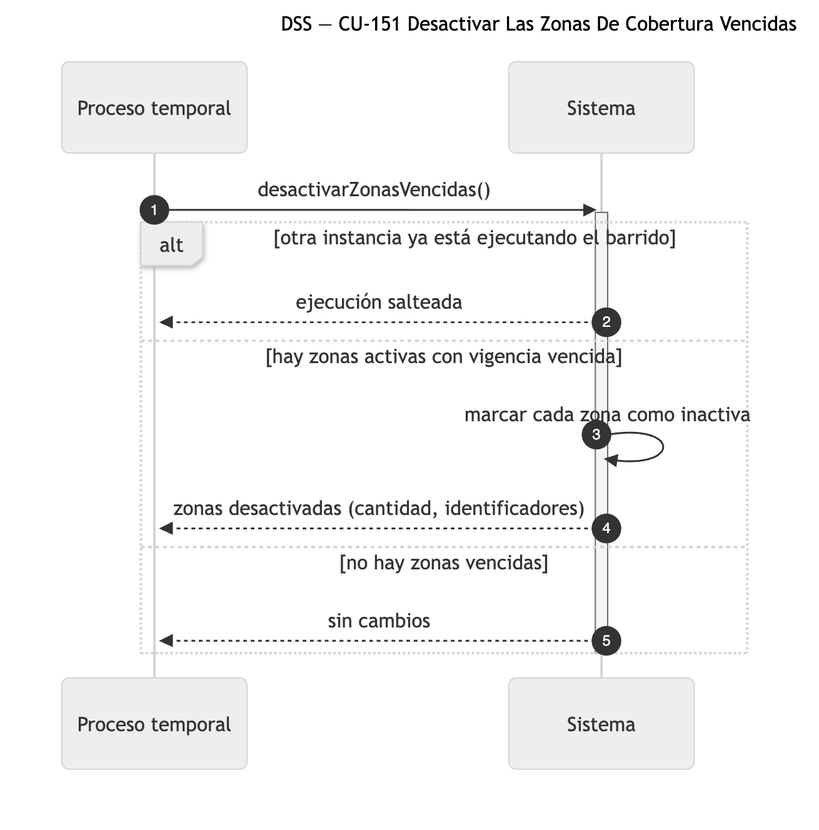
Earlier version of the Mermaid export diagramas/png/DSS_CU-151_Desactivar-Las-Zonas-De-Cobertura-Vencidas.png (Nahuelito-Dev/splg-docs). Its source is kept beside it as diagramas/DSS_CU-151_Desactivar-Las-Zonas-De-Cobertura-Vencidas.mmd.
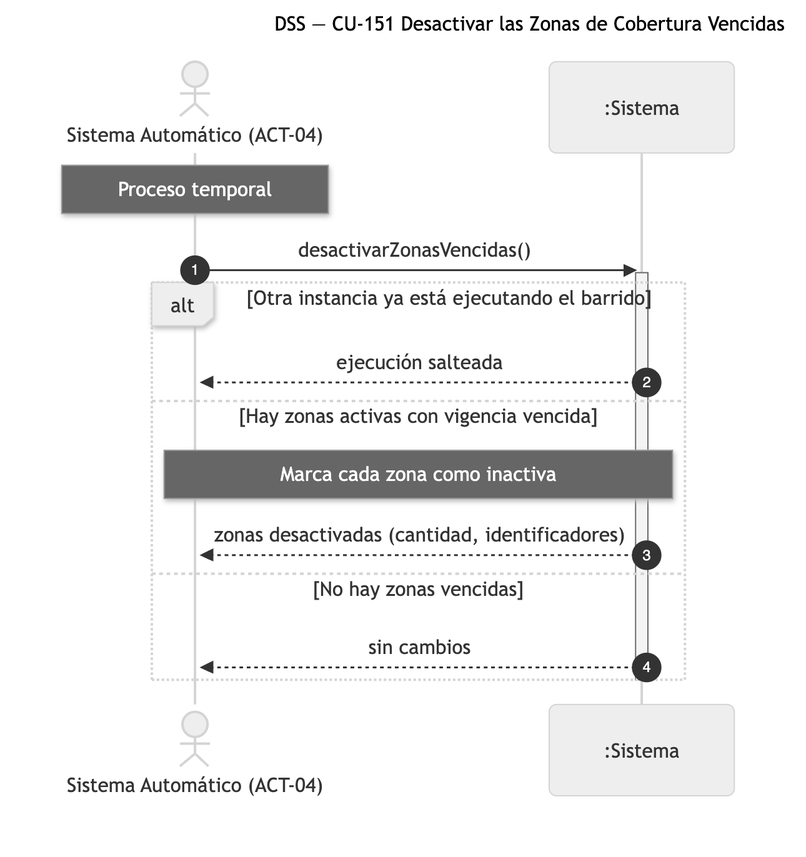
The same diagram one commit later.

What changed in the source:
```diff
@@ -1,17 +1,18 @@
 sequenceDiagram
-    title DSS — CU-151 Desactivar Las Zonas De Cobertura Vencidas
+    title DSS — CU-151 Desactivar las Zonas de Cobertura Vencidas
     autonumber
-    participant TMP as Proceso temporal
-    participant SIS as Sistema
+    actor SAU as Sistema Automático (ACT-04)
+    participant SIS as :Sistema
 
-    TMP->>SIS: desactivarZonasVencidas()
+    Note over SAU: Proceso temporal
+    SAU->>SIS: desactivarZonasVencidas()
     activate SIS
-    alt otra instancia ya está ejecutando el barrido
-        SIS-->>TMP: ejecución salteada
-    else hay zonas activas con vigencia vencida
-        SIS->>SIS: marcar cada zona como inactiva
-        SIS-->>TMP: zonas desactivadas (cantidad, identificadores)
-    else no hay zonas vencidas
-        SIS-->>TMP: sin cambios
+    alt Otra instancia ya está ejecutando el barrido
+        SIS-->>SAU: ejecución salteada
+    else Hay zonas activas con vigencia vencida
+        Note over SAU,SIS: Marca cada zona como inactiva
+        SIS-->>SAU: zonas desactivadas (cantidad, identificadores)
+    else No hay zonas vencidas
+        SIS-->>SAU: sin cambios
     end
     deactivate SIS
```
